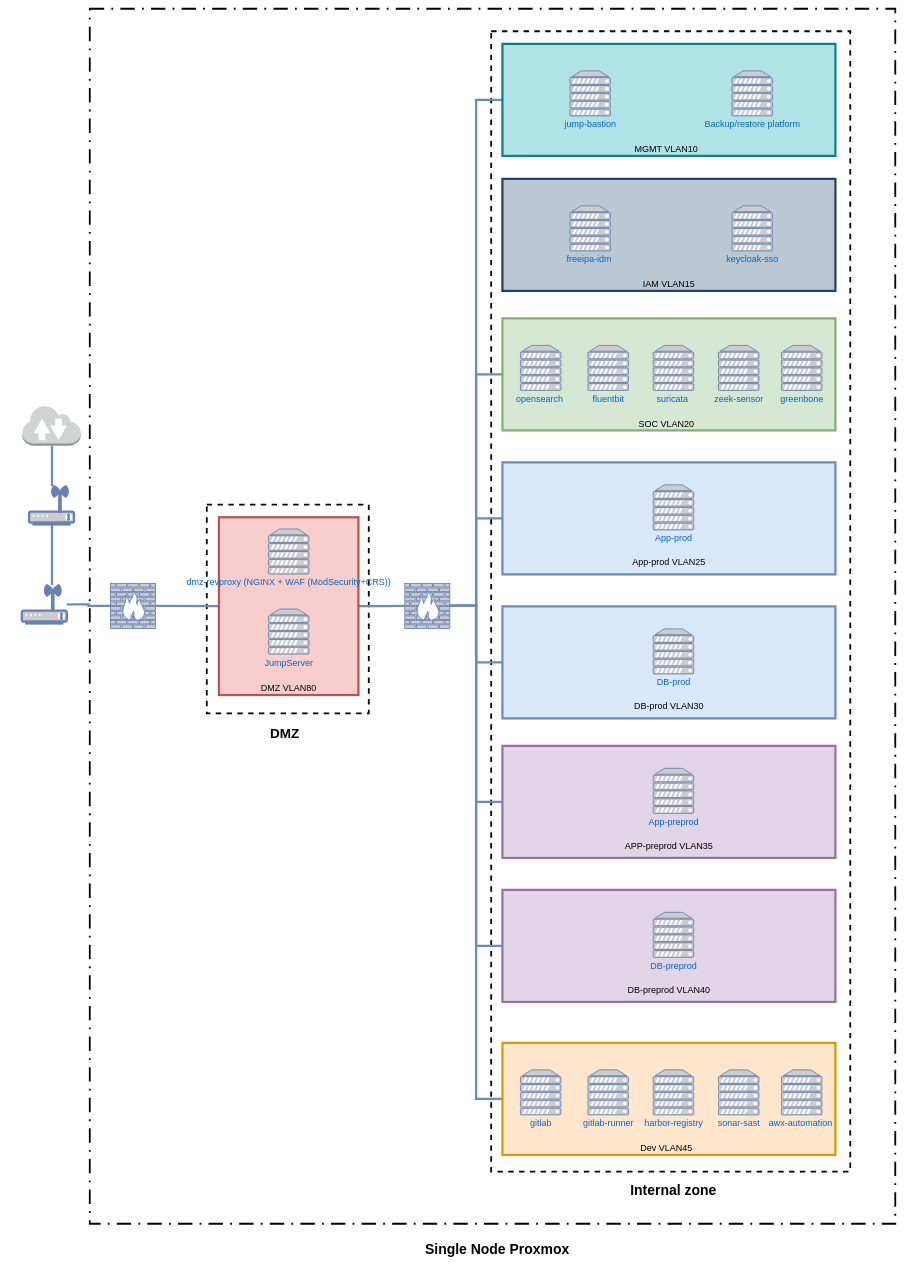
learningcsallatonce/homelabsetup keeps this draw.io diagram as HomelabArch.drawio. Above is the earlier version. Source tidied: cells renumbered, new cells numbered last; positions are measured from the earlier drawing's top-left corner, leaving out a move shared by most shapes. Both pictures are drawn from the tidied source at 45%, with x=0, y=0 at pixel (22, 9).
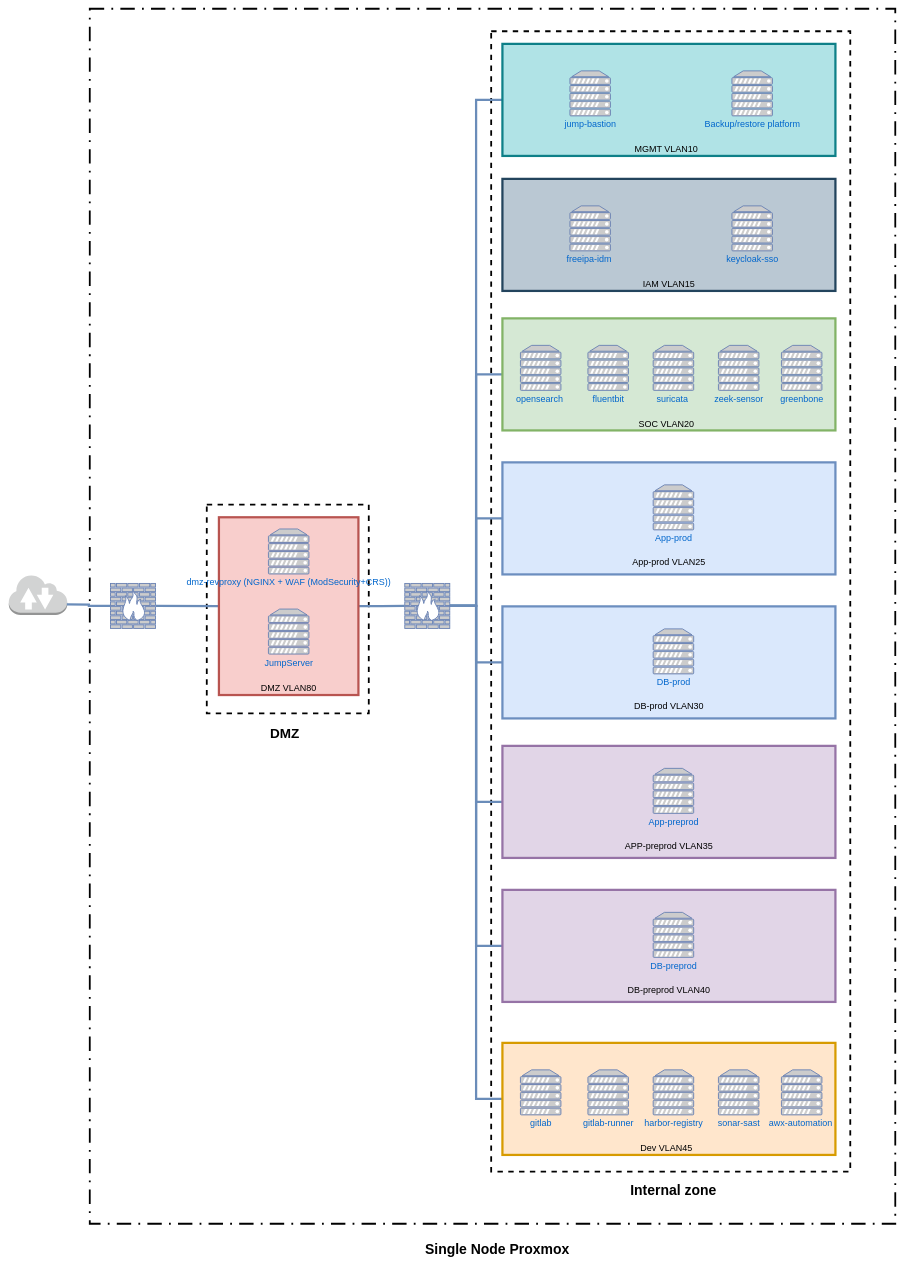
Above is the later version.

Unchanged cells that the change refers to:
```xml
<mxCell id="13" style="fontColor=#0066CC;verticalAlign=top;verticalLabelPosition=bottom;labelPosition=center;align=center;html=1;outlineConnect=0;fillColor=#CCCCCC;strokeColor=#6881B3;gradientColor=none;gradientDirection=north;strokeWidth=5;shape=mxgraph.networks.firewall;fontSize=20;" parent="1" vertex="1">
  <mxGeometry x="197" y="1277" width="100" height="100" as="geometry" />
</mxCell>
```

What changed in the source:
```diff
@@
-    <mxCell id="5" style="edgeStyle=orthogonalEdgeStyle;shape=wire;rounded=0;orthogonalLoop=1;jettySize=auto;html=1;exitX=0.5;exitY=1;exitDx=0;exitDy=0;exitPerimeter=0;dashed=1;endArrow=none;endFill=0;strokeWidth=5;strokeColor=light-dark(#6a8cb9, #ededed);" parent="1" edge="1">
-      <mxGeometry relative="1" as="geometry">
-        <mxPoint x="67" y="971" as="sourcePoint" />
-        <mxPoint x="67" y="1061" as="targetPoint" />
-      </mxGeometry>
-    </mxCell>
     <mxCell id="6" style="dashed=0;verticalLabelPosition=bottom;verticalAlign=top;align=center;html=1;shape=mxgraph.aws3.internet_2;fillColor=#D2D3D3;gradientColor=none;fontSize=20;strokeWidth=5;" parent="1" vertex="1">
-      <mxGeometry x="1" y="881" width="130" height="90" as="geometry" />
+      <mxGeometry x="-29" y="1257" width="130" height="90" as="geometry" />
     </mxCell>
-    <mxCell id="7" style="edgeStyle=orthogonalEdgeStyle;shape=wire;rounded=0;orthogonalLoop=1;jettySize=auto;html=1;dashed=1;endArrow=none;endFill=0;strokeWidth=5;strokeColor=light-dark(#6a8cb9, #ededed);" parent="1" edge="1">
-      <mxGeometry relative="1" as="geometry">
-        <mxPoint x="67" y="1146" as="sourcePoint" />
-        <mxPoint x="67" y="1281" as="targetPoint" />
-      </mxGeometry>
-    </mxCell>
-    <mxCell id="8" style="fontColor=#0066CC;verticalAlign=top;verticalLabelPosition=bottom;labelPosition=center;align=center;html=1;fillColor=#CCCCCC;strokeColor=#6881B3;gradientColor=none;gradientDirection=north;strokeWidth=5;shape=mxgraph.networks.wireless_modem;fontSize=20;" parent="1" vertex="1">
-      <mxGeometry x="16" y="1061" width="100" height="85" as="geometry" />
-    </mxCell>
@@
-    <mxCell id="10" style="edgeStyle=orthogonalEdgeStyle;shape=wire;rounded=0;jettySize=auto;html=1;dashed=1;strokeWidth=5;endArrow=none;endFill=0;strokeColor=light-dark(#6a8cb9, #ededed);entryX=0;entryY=0.5;entryDx=0;entryDy=0;entryPerimeter=0;" parent="1" edge="1" source="11" target="13">
-      <mxGeometry relative="1" as="geometry" />
+    <mxCell id="10" style="edgeStyle=orthogonalEdgeStyle;shape=wire;rounded=0;jettySize=auto;html=1;dashed=1;strokeWidth=5;endArrow=none;endFill=0;strokeColor=light-dark(#6a8cb9, #ededed);entryX=0;entryY=0.5;entryDx=0;entryDy=0;entryPerimeter=0;" parent="1" edge="1" target="13">
+      <mxGeometry relative="1" as="geometry">
+        <mxPoint x="100" y="1323.5" as="sourcePoint" />
+      </mxGeometry>
     </mxCell>
-    <mxCell id="11" style="fontColor=#0066CC;verticalAlign=top;verticalLabelPosition=bottom;labelPosition=center;align=center;html=1;outlineConnect=0;fillColor=#CCCCCC;strokeColor=#6881B3;gradientColor=none;gradientDirection=north;strokeWidth=5;shape=mxgraph.networks.wireless_modem;fontSize=20;" parent="1" vertex="1">
-      <mxGeometry y="1281" width="100" height="85" as="geometry" />
-    </mxCell>
```
